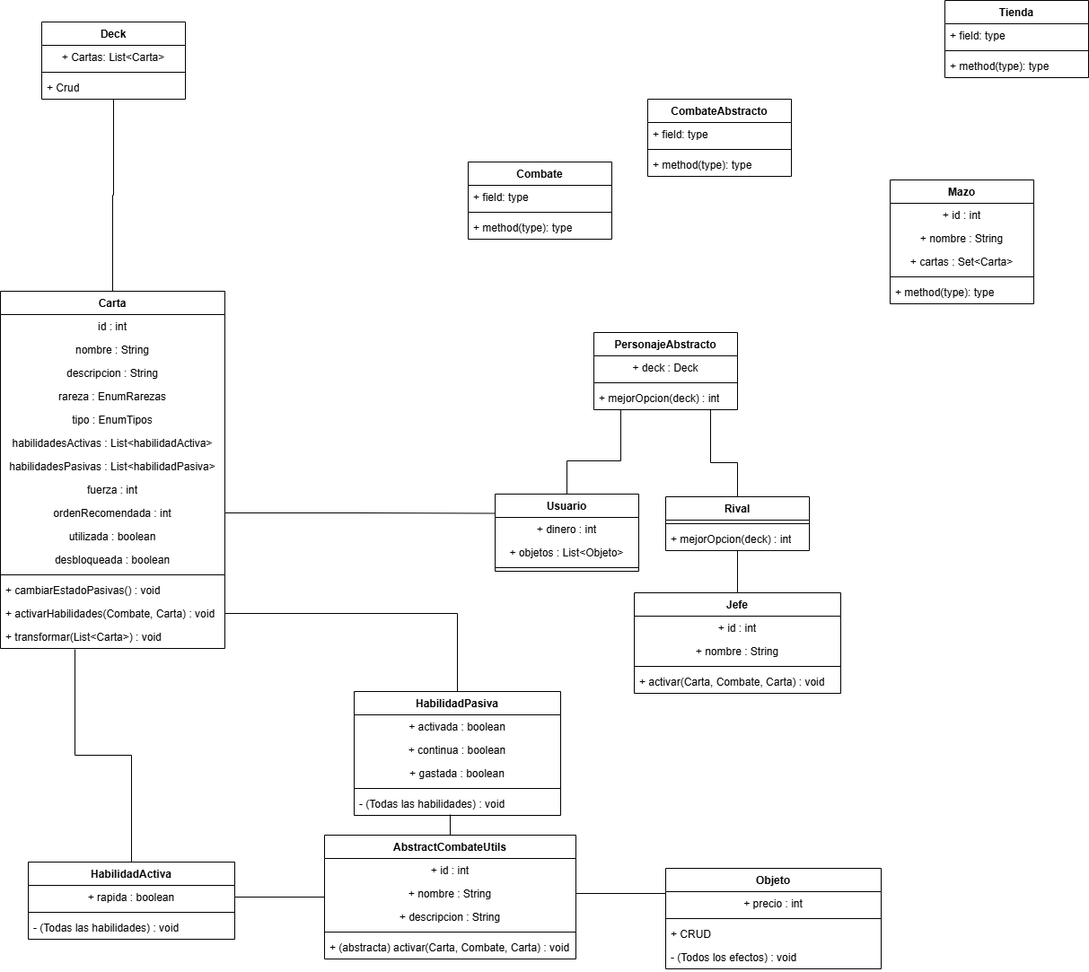
This is Imagenes/diagrama de clases.drawio.png from gian700/Beastdeck, a draw.io export, as it was before one commit. Source tidied: cells renumbered, new cells last; positions are measured from the earlier drawing's top-left corner, leaving out a move shared by most shapes.
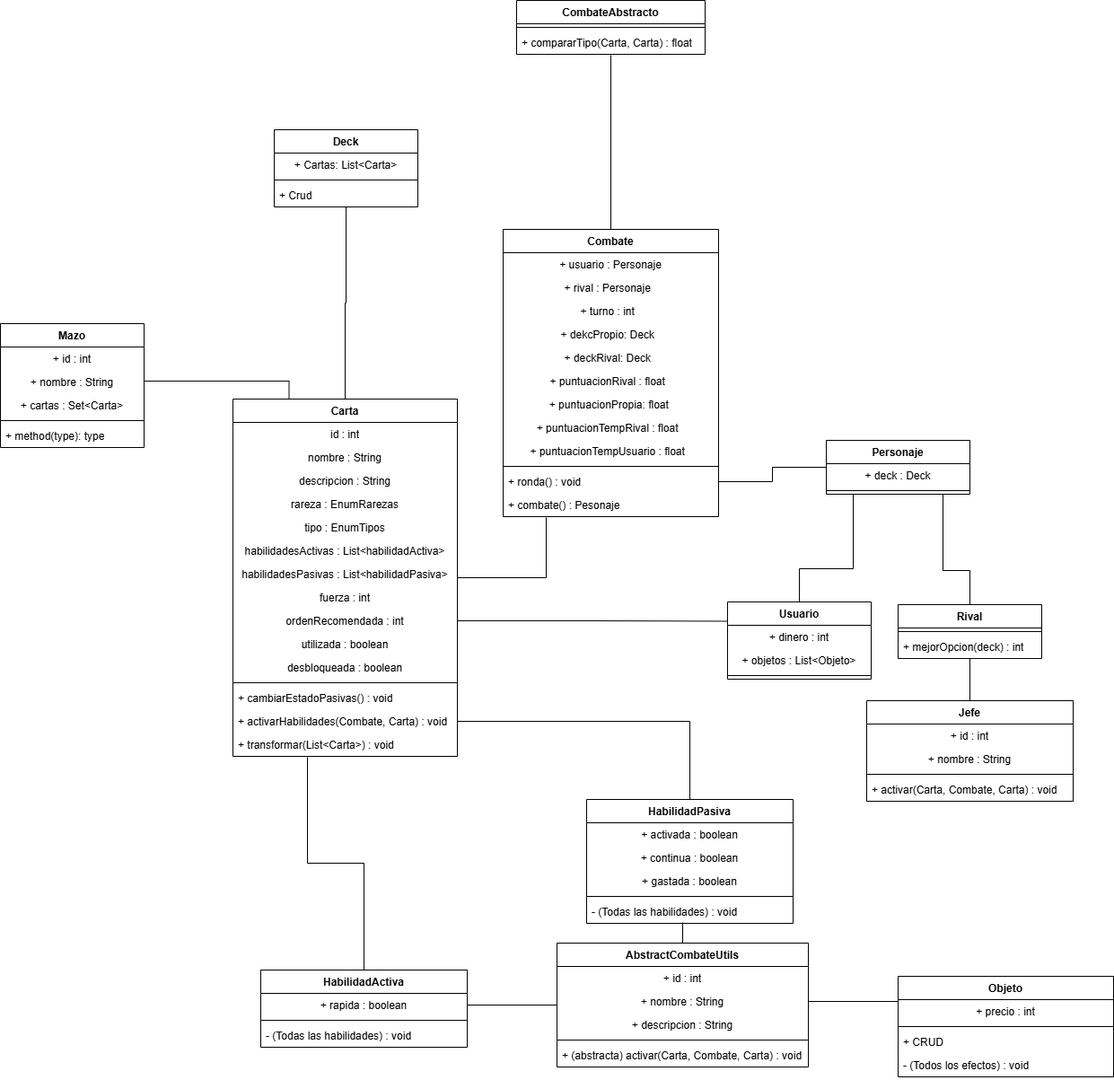
Later version of the same file.

The edit, as a diff of the source:
```diff
@@ -78,17 +78,44 @@
       <mxGeometry y="60" width="160" height="26" as="geometry" />
     </mxCell>
     <mxCell id="27" value="Combate" style="swimlane;fontStyle=1;align=center;verticalAlign=top;horizontal=1;startSize=26;whiteSpace=wrap;html=1;" parent="1" vertex="1">
-      <mxGeometry x="521" y="180" width="160" height="86" as="geometry" />
+      <mxGeometry x="301" y="135" width="240" height="320" as="geometry" />
     </mxCell>
-    <mxCell id="28" value="+ field: type" style="text;strokeColor=none;fillColor=none;align=left;verticalAlign=top;spacingLeft=4;spacingRight=4;overflow=hidden;whiteSpace=wrap;html=1;" parent="27" vertex="1">
-      <mxGeometry y="26" width="160" height="26" as="geometry" />
+    <mxCell id="28" value="+ usuario : Personaje" style="text;strokeColor=none;fillColor=none;align=center;verticalAlign=top;spacingLeft=4;spacingRight=4;overflow=hidden;whiteSpace=wrap;html=1;" parent="27" vertex="1">
+      <mxGeometry y="26" width="240" height="26" as="geometry" />
     </mxCell>
+    <mxCell id="87" value="+ rival : Personaje&amp;nbsp;&amp;nbsp;" style="text;strokeColor=none;fillColor=none;align=center;verticalAlign=top;spacingLeft=4;spacingRight=4;overflow=hidden;whiteSpace=wrap;html=1;" parent="27" vertex="1">
+      <mxGeometry y="52" width="240" height="26" as="geometry" />
+    </mxCell>
+    <mxCell id="88" value="+ turno : int&amp;nbsp;&amp;nbsp;" style="text;strokeColor=none;fillColor=none;align=center;verticalAlign=top;spacingLeft=4;spacingRight=4;overflow=hidden;whiteSpace=wrap;html=1;" parent="27" vertex="1">
+      <mxGeometry y="78" width="240" height="26" as="geometry" />
+    </mxCell>
+    <mxCell id="89" value="+ dekcPropio: Deck&amp;nbsp;&amp;nbsp;" style="text;strokeColor=none;fillColor=none;align=center;verticalAlign=top;spacingLeft=4;spacingRight=4;overflow=hidden;whiteSpace=wrap;html=1;" parent="27" vertex="1">
+      <mxGeometry y="104" width="240" height="26" as="geometry" />
+    </mxCell>
+    <mxCell id="90" value="+ deckRival: Deck&amp;nbsp;&amp;nbsp;" style="text;strokeColor=none;fillColor=none;align=center;verticalAlign=top;spacingLeft=4;spacingRight=4;overflow=hidden;whiteSpace=wrap;html=1;" parent="27" vertex="1">
+      <mxGeometry y="130" width="240" height="26" as="geometry" />
+    </mxCell>
+    <mxCell id="91" value="+ puntuacionRival : float&amp;nbsp;&amp;nbsp;" style="text;strokeColor=none;fillColor=none;align=center;verticalAlign=top;spacingLeft=4;spacingRight=4;overflow=hidden;whiteSpace=wrap;html=1;" parent="27" vertex="1">
+      <mxGeometry y="156" width="240" height="26" as="geometry" />
+    </mxCell>
+    <mxCell id="92" value="+ puntuacionPropia: float&amp;nbsp;" style="text;strokeColor=none;fillColor=none;align=center;verticalAlign=top;spacingLeft=4;spacingRight=4;overflow=hidden;whiteSpace=wrap;html=1;" parent="27" vertex="1">
+      <mxGeometry y="182" width="240" height="26" as="geometry" />
+    </mxCell>
+    <mxCell id="93" value="+ puntuacionTempRival&amp;nbsp;: float&amp;nbsp;&amp;nbsp;" style="text;strokeColor=none;fillColor=none;align=center;verticalAlign=top;spacingLeft=4;spacingRight=4;overflow=hidden;whiteSpace=wrap;html=1;" parent="27" vertex="1">
+      <mxGeometry y="208" width="240" height="26" as="geometry" />
+    </mxCell>
+    <mxCell id="94" value="+ puntuacionTempUsuario : float&amp;nbsp;&amp;nbsp;" style="text;strokeColor=none;fillColor=none;align=center;verticalAlign=top;spacingLeft=4;spacingRight=4;overflow=hidden;whiteSpace=wrap;html=1;" parent="27" vertex="1">
+      <mxGeometry y="234" width="240" height="26" as="geometry" />
+    </mxCell>
     <mxCell id="29" style="line;strokeWidth=1;fillColor=none;align=left;verticalAlign=middle;spacingTop=-1;spacingLeft=3;spacingRight=3;labelPosition=right;strokeColor=inherit;" parent="27" vertex="1">
-      <mxGeometry y="52" width="160" height="8" as="geometry" />
+      <mxGeometry y="260" width="240" height="8" as="geometry" />
     </mxCell>
-    <mxCell id="30" value="+ method(type): type" style="text;strokeColor=none;fillColor=none;align=left;verticalAlign=top;spacingLeft=4;spacingRight=4;overflow=hidden;points=[[0,0.5],[1,0.5]];portConstraint=eastwest;whiteSpace=wrap;html=1;" parent="27" vertex="1">
-      <mxGeometry y="60" width="160" height="26" as="geometry" />
+    <mxCell id="30" value="+ ronda() : void" style="text;strokeColor=none;fillColor=none;align=left;verticalAlign=top;spacingLeft=4;spacingRight=4;overflow=hidden;points=[[0,0.5],[1,0.5]];portConstraint=eastwest;whiteSpace=wrap;html=1;" parent="27" vertex="1">
+      <mxGeometry y="268" width="240" height="26" as="geometry" />
     </mxCell>
+    <mxCell id="95" value="+ combate() : Pesonaje" style="text;strokeColor=none;fillColor=none;align=left;verticalAlign=top;spacingLeft=4;spacingRight=4;overflow=hidden;points=[[0,0.5],[1,0.5]];portConstraint=eastwest;whiteSpace=wrap;html=1;" parent="27" vertex="1">
+      <mxGeometry y="294" width="240" height="26" as="geometry" />
+    </mxCell>
     <mxCell id="31" value="Jefe" style="swimlane;fontStyle=1;align=center;verticalAlign=top;horizontal=1;startSize=26;whiteSpace=wrap;html=1;" parent="1" vertex="1">
       <mxGeometry x="706" y="660" width="230" height="112" as="geometry" />
     </mxCell>
@@ -116,8 +143,15 @@
     <mxCell id="39" style="line;strokeWidth=1;fillColor=none;align=left;verticalAlign=middle;spacingTop=-1;spacingLeft=3;spacingRight=3;labelPosition=right;strokeColor=inherit;" parent="36" vertex="1">
       <mxGeometry y="78" width="160" height="8" as="geometry" />
     </mxCell>
+    <mxCell id="96" style="edgeStyle=orthogonalEdgeStyle;rounded=0;jettySize=auto;html=1;entryX=0.25;entryY=0;entryDx=0;entryDy=0;endArrow=none;startFill=0;" parent="1" edge="1" source="40" target="3">
+      <mxGeometry relative="1" as="geometry">
+        <Array as="points">
+          <mxPoint x="63" y="304" />
+        </Array>
+      </mxGeometry>
+    </mxCell>
     <mxCell id="40" value="Mazo" style="swimlane;fontStyle=1;align=center;verticalAlign=top;horizontal=1;startSize=26;whiteSpace=wrap;html=1;" parent="1" vertex="1">
-      <mxGeometry x="991" y="200" width="160" height="138" as="geometry" />
+      <mxGeometry x="-259" y="240" width="160" height="138" as="geometry" />
     </mxCell>
     <mxCell id="41" value="+ id : int" style="text;strokeColor=none;fillColor=none;align=center;verticalAlign=top;spacingLeft=4;spacingRight=4;overflow=hidden;whiteSpace=wrap;html=1;" parent="40" vertex="1">
       <mxGeometry y="26" width="160" height="26" as="geometry" />
@@ -135,16 +169,13 @@
       <mxGeometry y="112" width="160" height="26" as="geometry" />
     </mxCell>
     <mxCell id="46" value="CombateAbstracto" style="swimlane;fontStyle=1;align=center;verticalAlign=top;horizontal=1;startSize=26;whiteSpace=wrap;html=1;" parent="1" vertex="1">
-      <mxGeometry x="721" y="110" width="160" height="86" as="geometry" />
+      <mxGeometry x="316" y="-120" width="210" height="60" as="geometry" />
     </mxCell>
-    <mxCell id="47" value="+ field: type" style="text;strokeColor=none;fillColor=none;align=left;verticalAlign=top;spacingLeft=4;spacingRight=4;overflow=hidden;whiteSpace=wrap;html=1;" parent="46" vertex="1">
-      <mxGeometry y="26" width="160" height="26" as="geometry" />
-    </mxCell>
     <mxCell id="48" style="line;strokeWidth=1;fillColor=none;align=left;verticalAlign=middle;spacingTop=-1;spacingLeft=3;spacingRight=3;labelPosition=right;strokeColor=inherit;" parent="46" vertex="1">
-      <mxGeometry y="52" width="160" height="8" as="geometry" />
+      <mxGeometry y="26" width="210" height="8" as="geometry" />
     </mxCell>
-    <mxCell id="49" value="+ method(type): type" style="text;strokeColor=none;fillColor=none;align=left;verticalAlign=top;spacingLeft=4;spacingRight=4;overflow=hidden;points=[[0,0.5],[1,0.5]];portConstraint=eastwest;whiteSpace=wrap;html=1;" parent="46" vertex="1">
-      <mxGeometry y="60" width="160" height="26" as="geometry" />
+    <mxCell id="49" value="+ compararTipo(Carta, Carta) : float&amp;nbsp;" style="text;strokeColor=none;fillColor=none;align=left;verticalAlign=top;spacingLeft=4;spacingRight=4;overflow=hidden;points=[[0,0.5],[1,0.5]];portConstraint=eastwest;whiteSpace=wrap;html=1;" parent="46" vertex="1">
+      <mxGeometry y="34" width="210" height="26" as="geometry" />
     </mxCell>
     <mxCell id="50" style="edgeStyle=orthogonalEdgeStyle;rounded=0;jettySize=auto;html=1;entryX=0.5;entryY=0;entryDx=0;entryDy=0;endArrow=none;startFill=0;" parent="1" edge="1" source="51" target="31">
       <mxGeometry relative="1" as="geometry" />
@@ -158,18 +189,6 @@
     <mxCell id="53" value="+ mejorOpcion(deck) : int" style="text;strokeColor=none;fillColor=none;align=left;verticalAlign=top;spacingLeft=4;spacingRight=4;overflow=hidden;whiteSpace=wrap;html=1;" parent="51" vertex="1">
       <mxGeometry y="34" width="160" height="26" as="geometry" />
     </mxCell>
-    <mxCell id="54" value="Tienda" style="swimlane;fontStyle=1;align=center;verticalAlign=top;horizontal=1;startSize=26;whiteSpace=wrap;html=1;" parent="1" vertex="1">
-      <mxGeometry x="1052" width="160" height="86" as="geometry" />
-    </mxCell>
-    <mxCell id="55" value="+ field: type" style="text;strokeColor=none;fillColor=none;align=left;verticalAlign=top;spacingLeft=4;spacingRight=4;overflow=hidden;whiteSpace=wrap;html=1;" parent="54" vertex="1">
-      <mxGeometry y="26" width="160" height="26" as="geometry" />
-    </mxCell>
-    <mxCell id="56" style="line;strokeWidth=1;fillColor=none;align=left;verticalAlign=middle;spacingTop=-1;spacingLeft=3;spacingRight=3;labelPosition=right;strokeColor=inherit;" parent="54" vertex="1">
-      <mxGeometry y="52" width="160" height="8" as="geometry" />
-    </mxCell>
-    <mxCell id="57" value="+ method(type): type" style="text;strokeColor=none;fillColor=none;align=left;verticalAlign=top;spacingLeft=4;spacingRight=4;overflow=hidden;whiteSpace=wrap;html=1;" parent="54" vertex="1">
-      <mxGeometry y="60" width="160" height="26" as="geometry" />
-    </mxCell>
     <mxCell id="58" value="Objeto" style="swimlane;fontStyle=1;align=center;verticalAlign=top;horizontal=1;startSize=26;whiteSpace=wrap;html=1;" parent="1" vertex="1">
       <mxGeometry x="741" y="967" width="240" height="112" as="geometry" />
     </mxCell>
@@ -249,8 +268,11 @@
         </Array>
       </mxGeometry>
     </mxCell>
+    <mxCell id="97" style="edgeStyle=orthogonalEdgeStyle;rounded=0;jettySize=auto;html=1;entryX=1;entryY=0.5;entryDx=0;entryDy=0;endArrow=none;startFill=0;" parent="1" edge="1" source="81" target="30">
+      <mxGeometry relative="1" as="geometry" />
+    </mxCell>
-    <mxCell id="81" value="PersonajeAbstracto" style="swimlane;fontStyle=1;align=center;verticalAlign=top;horizontal=1;startSize=26;whiteSpace=wrap;html=1;" parent="1" vertex="1">
-      <mxGeometry x="661" y="370" width="160" height="86" as="geometry" />
+    <mxCell id="81" value="Personaje" style="swimlane;fontStyle=1;align=center;verticalAlign=top;horizontal=1;startSize=26;whiteSpace=wrap;html=1;" parent="1" vertex="1">
+      <mxGeometry x="661" y="370" width="160" height="60" as="geometry" />
     </mxCell>
     <mxCell id="82" value="+ deck : Deck" style="text;strokeColor=none;fillColor=none;align=center;verticalAlign=top;spacingLeft=4;spacingRight=4;overflow=hidden;whiteSpace=wrap;html=1;" parent="81" vertex="1">
       <mxGeometry y="26" width="160" height="26" as="geometry" />
@@ -258,14 +280,17 @@
     <mxCell id="83" style="line;strokeWidth=1;fillColor=none;align=left;verticalAlign=middle;spacingTop=-1;spacingLeft=3;spacingRight=3;labelPosition=right;strokeColor=inherit;" parent="81" vertex="1">
       <mxGeometry y="52" width="160" height="8" as="geometry" />
     </mxCell>
-    <mxCell id="84" value="+ mejorOpcion(deck) : int" style="text;strokeColor=none;fillColor=none;align=left;verticalAlign=top;spacingLeft=4;spacingRight=4;overflow=hidden;whiteSpace=wrap;html=1;" parent="81" vertex="1">
-      <mxGeometry y="60" width="160" height="26" as="geometry" />
-    </mxCell>
     <mxCell id="85" style="edgeStyle=orthogonalEdgeStyle;rounded=0;jettySize=auto;html=1;entryX=0;entryY=0.25;entryDx=0;entryDy=0;endArrow=none;startFill=0;" parent="1" edge="1" source="12" target="36">
       <mxGeometry relative="1" as="geometry" />
     </mxCell>
     <mxCell id="86" style="edgeStyle=orthogonalEdgeStyle;rounded=0;jettySize=auto;html=1;entryX=0.332;entryY=1.038;entryDx=0;entryDy=0;entryPerimeter=0;endArrow=none;startFill=0;" parent="1" edge="1" source="19" target="18">
       <mxGeometry relative="1" as="geometry" />
     </mxCell>
+    <mxCell id="98" style="edgeStyle=orthogonalEdgeStyle;rounded=0;jettySize=auto;html=1;entryX=0.5;entryY=1.038;entryDx=0;entryDy=0;entryPerimeter=0;verticalAlign=middle;endArrow=none;startFill=0;" parent="1" edge="1" source="27" target="49">
+      <mxGeometry relative="1" as="geometry" />
+    </mxCell>
+    <mxCell id="99" style="edgeStyle=orthogonalEdgeStyle;rounded=0;jettySize=auto;html=1;entryX=0.2;entryY=1.038;entryDx=0;entryDy=0;entryPerimeter=0;endArrow=none;startFill=0;" parent="1" edge="1" source="3" target="95">
+      <mxGeometry relative="1" as="geometry" />
+    </mxCell>
   </root>
 </mxGraphModel>
```
